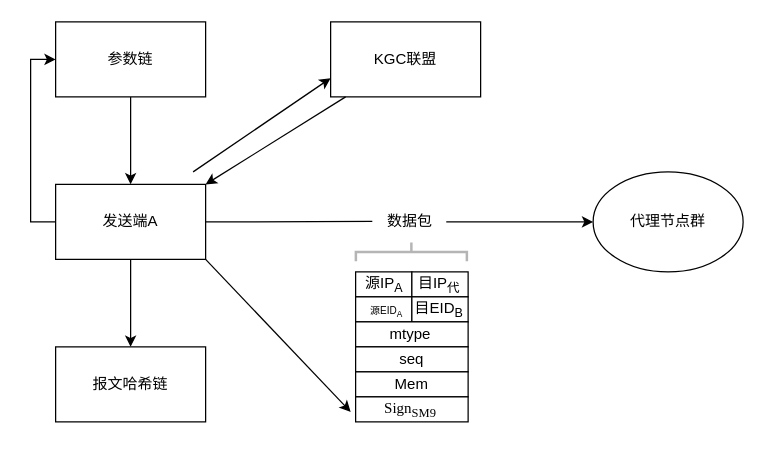
Before: Untitled Diagram.drawio in asdlijinquan/-, a draw.io diagram. Source tidied: cells renumbered, new cells numbered last; positions are measured from the earlier drawing's top-left corner, leaving out a move shared by most shapes. Both pictures are drawn from the tidied source at 125%, with x=0, y=0 at pixel (30, 21).
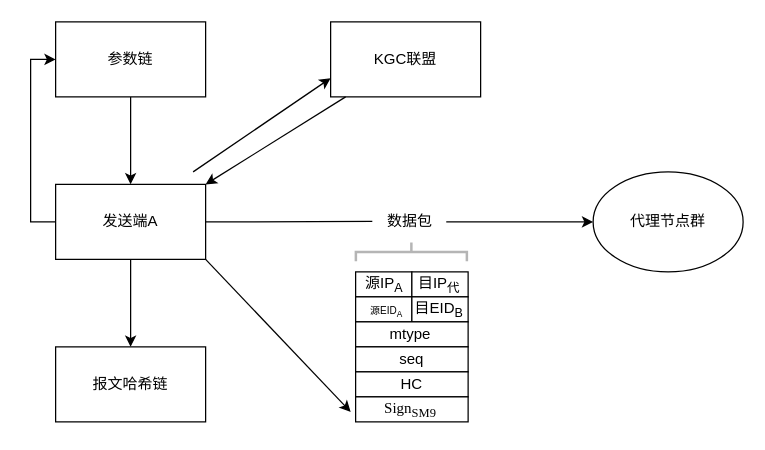
After the change.

Diff of the diagram source:
```diff
@@
-    <mxCell id="31" value="Mem" style="text;html=1;strokeColor=none;fillColor=none;align=center;verticalAlign=middle;whiteSpace=wrap;rounded=0;" parent="1" vertex="1">
+    <mxCell id="31" value="HC" style="text;html=1;strokeColor=none;fillColor=none;align=center;verticalAlign=middle;whiteSpace=wrap;rounded=0;" parent="1" vertex="1">
       <mxGeometry x="275" y="275" width="60" height="30" as="geometry" />
     </mxCell>
```
